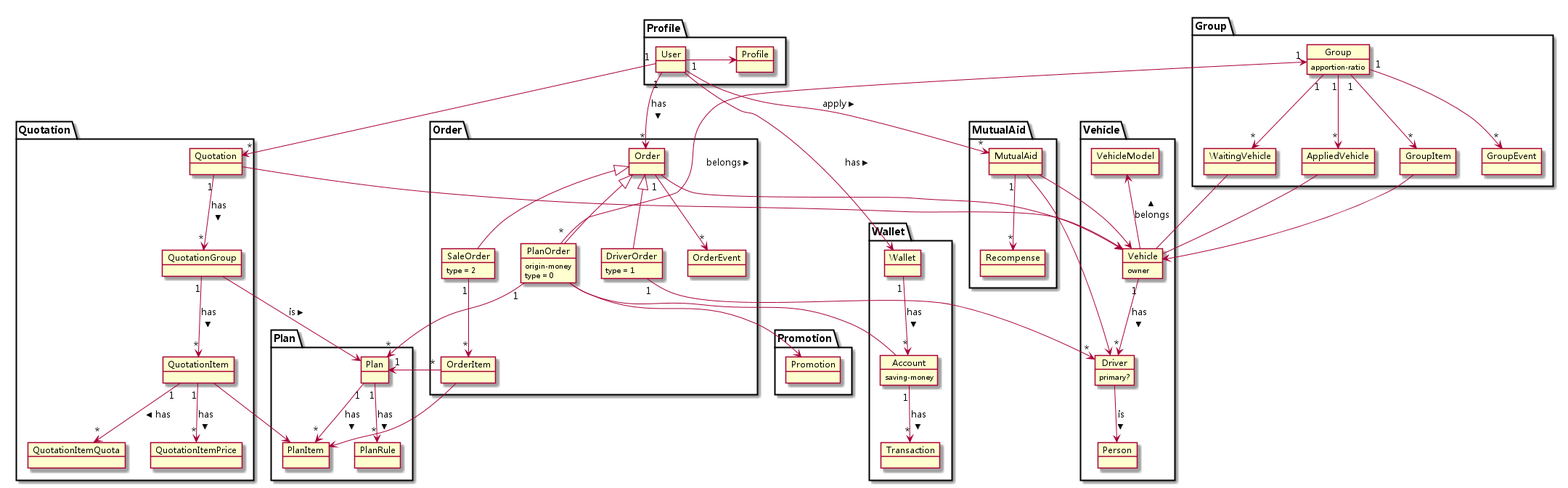
Above: img/models.png in titan/hive-quotation-service (PlantUML), before the change.
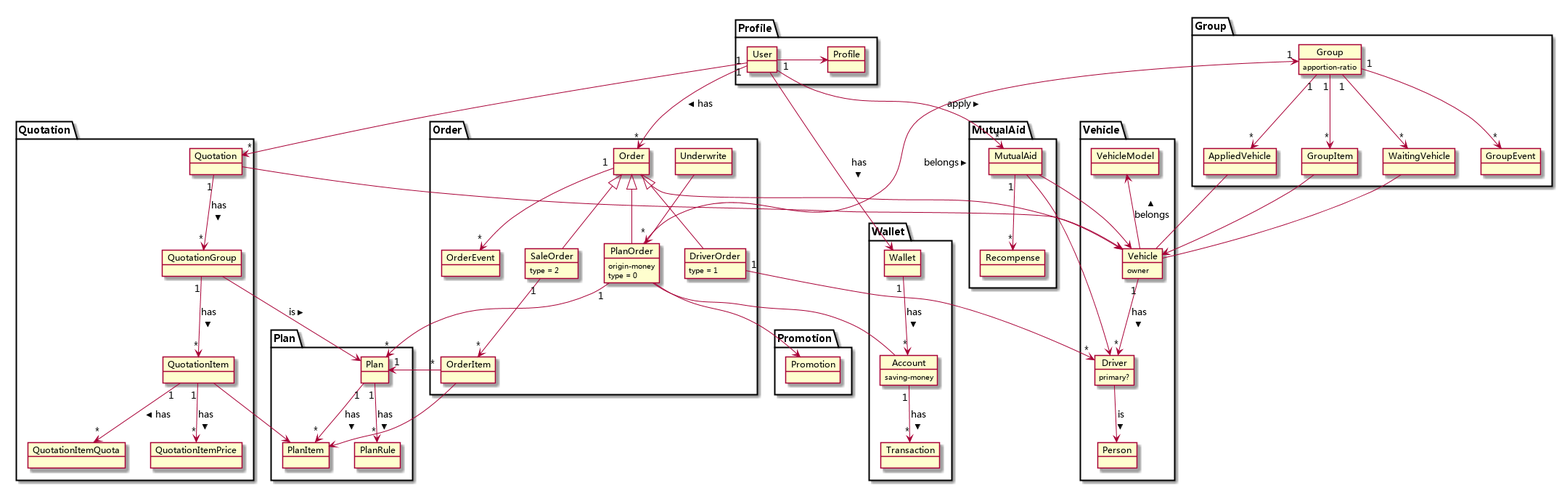
Above is the later version.

Commit message:
Add underwrite to model

Diff of the diagram source:
```diff
@@ -52,6 +52,7 @@
   }
   object OrderItem
   object OrderEvent
+  object Underwrite
 }
 package Quotation {
   object Quotation
@@ -126,4 +127,6 @@
 
 Group "1" --> "*" GroupEvent
 
+Underwrite --> PlanOrder
+
 @enduml
```
